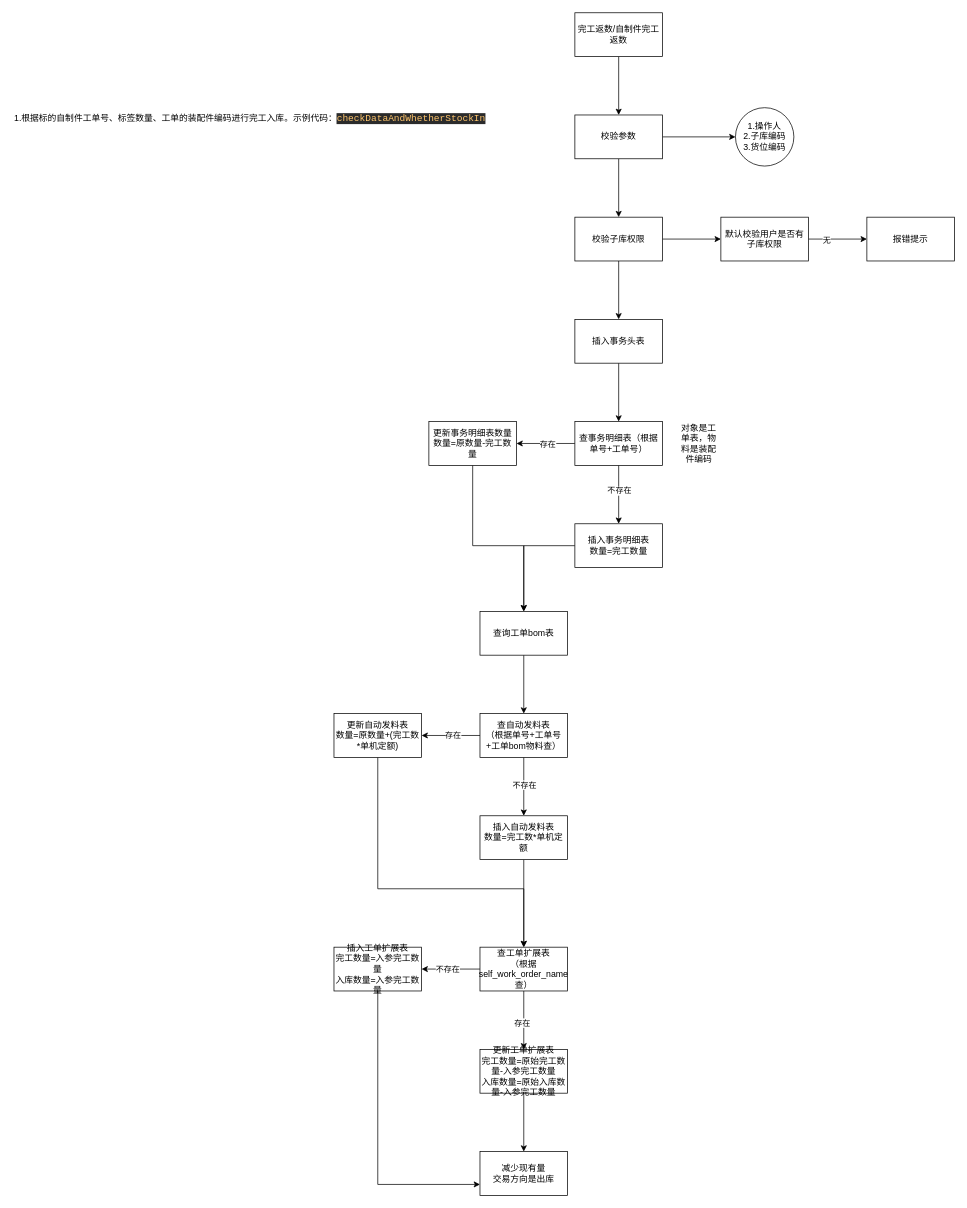
Earlier version of the draw.io diagram 完工返数.drawio (ChengyangLei/diagrams). Source tidied: cells renumbered, new cells numbered last; positions are measured from the earlier drawing's top-left corner, leaving out a move shared by most shapes. Both pictures are drawn from the tidied source at 73%, with x=0, y=0 at pixel (12, 12).
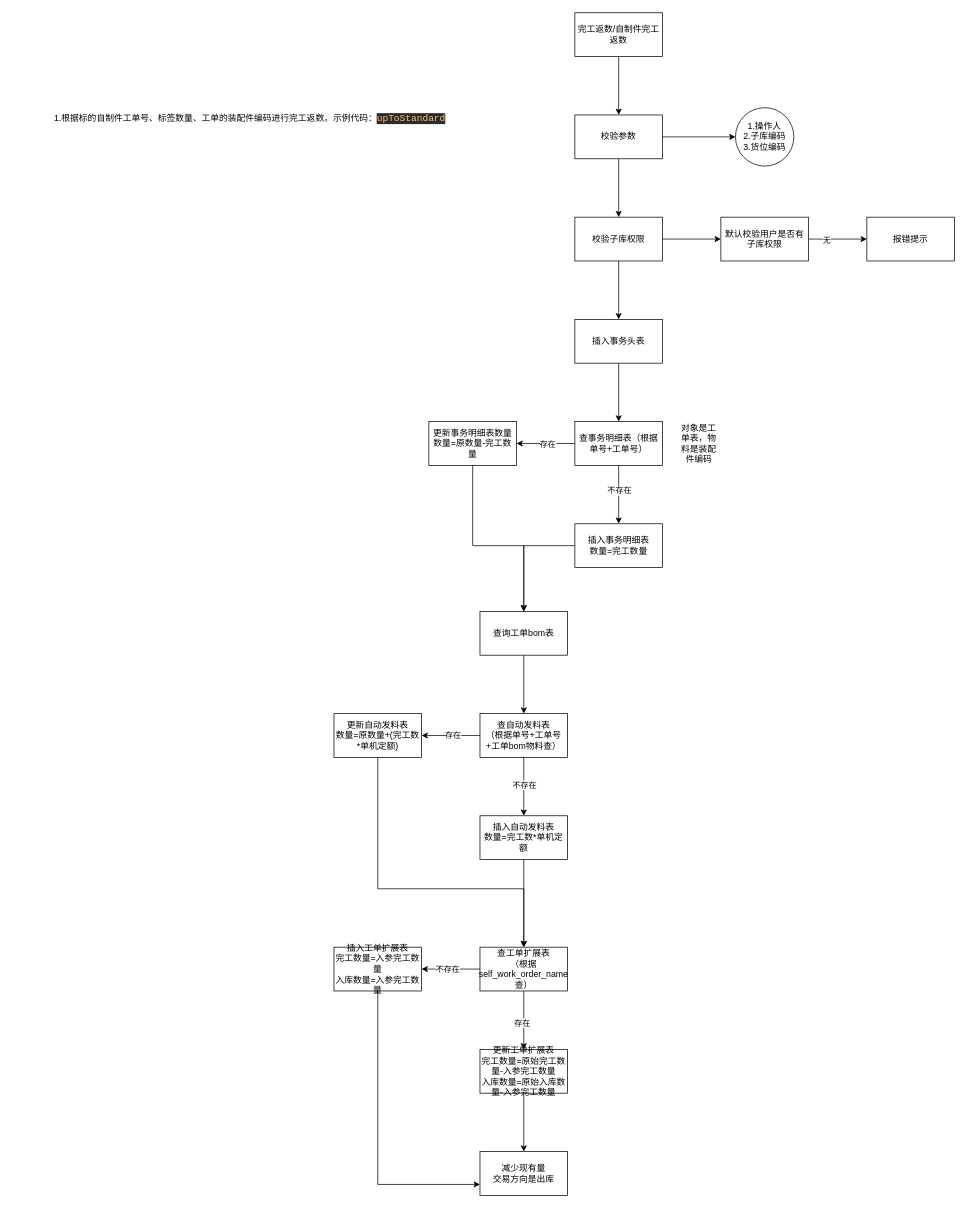
After the change.

Commit message:
更新完工返数.drawio

Change to the diagram source:
```diff
@@
-    <mxCell id="48" value="1.根据标的自制件工单号、标签数量、工单的装配件编码进行完工入库。示例代码：&lt;span style=&quot;color: rgb(255, 198, 109); font-family: &amp;quot;JetBrains Mono&amp;quot;, monospace; font-size: 9.8pt; background-color: rgb(43, 43, 43);&quot;&gt;checkDataAndWhetherStockIn&lt;/span&gt;" style="text;html=1;align=center;verticalAlign=middle;whiteSpace=wrap;rounded=0;" parent="1" vertex="1">
+    <mxCell id="48" value="1.根据标的自制件工单号、标签数量、工单的装配件编码进行完工返数。示例代码：&lt;span style=&quot;color: rgb(255, 198, 109); font-family: &amp;quot;JetBrains Mono&amp;quot;, monospace; font-size: 9.8pt; background-color: rgb(43, 43, 43);&quot;&gt;upToStandard&lt;/span&gt;" style="text;html=1;align=center;verticalAlign=middle;whiteSpace=wrap;rounded=0;" parent="1" vertex="1">
       <mxGeometry y="130" width="650" height="30" as="geometry" />
     </mxCell>
```
